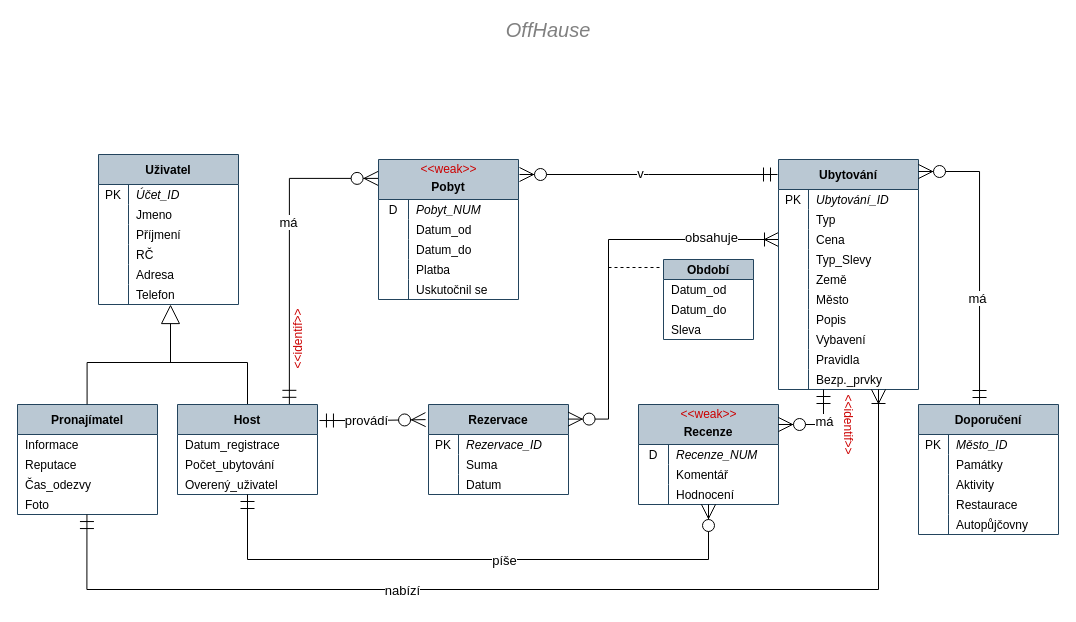
44sides/-VUT-IDS keeps this draw.io diagram as er-n.drawio. Above is the earlier version. Source tidied: cells renumbered, new cells numbered last; positions are measured from the earlier drawing's top-left corner, leaving out a move shared by most shapes. Both pictures are drawn from the tidied source at 100%, with x=0, y=0 at pixel (17, 19).
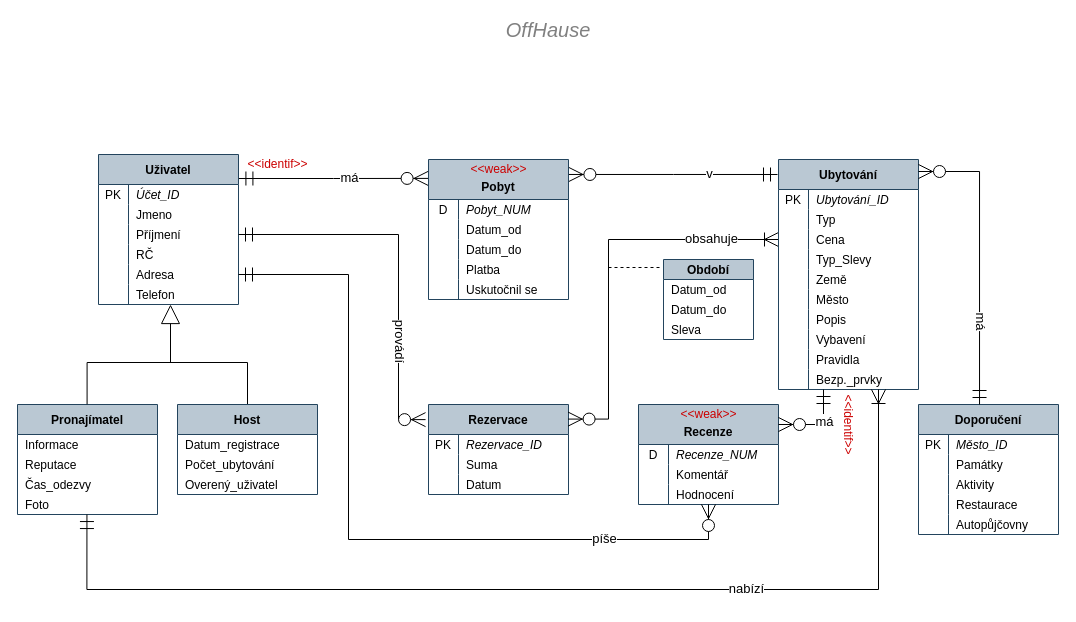
After the change.

Unchanged cells that the change refers to:
```xml
<mxCell id="2" value="Uživatel" style="shape=table;startSize=30;childLayout=tableLayout;rowLines=0;fontStyle=1;align=center;strokeWidth=1;swimlaneFillColor=none;rounded=0;sketch=0;shadow=0;verticalAlign=middle;labelBackgroundColor=none;labelBorderColor=none;columnLines=1;horizontal=1;portConstraintRotation=0;flipH=1;flipV=0;fillColor=#bac8d3;strokeColor=#23445d;arcSize=15;labelPadding=0;perimeterSpacing=0;fontSize=12;spacing=2;spacingLeft=0;spacingTop=0;direction=east;" parent="1" vertex="1">
  <mxGeometry x="81" y="135" width="140" height="150" as="geometry" />
</mxCell>
<mxCell id="9" style="shape=partialRectangle;fillColor=none;points=[[0,0.5],[1,0.5]];portConstraint=eastwest;top=0;left=0;right=0;bottom=0;" parent="2" vertex="1">
  <mxGeometry y="70" width="140" height="20" as="geometry" />
</mxCell>
<mxCell id="15" style="shape=partialRectangle;fillColor=none;points=[[0,0.5],[1,0.5]];portConstraint=eastwest;top=0;left=0;right=0;bottom=0;" parent="2" vertex="1">
  <mxGeometry y="110" width="140" height="20" as="geometry" />
</mxCell>
<mxCell id="51" value="Rezervace" style="shape=table;startSize=30;childLayout=tableLayout;rowLines=0;fontStyle=1;align=center;strokeWidth=1;swimlaneFillColor=none;rounded=0;sketch=0;shadow=0;verticalAlign=middle;labelBackgroundColor=none;labelBorderColor=none;columnLines=1;horizontal=1;portConstraintRotation=0;flipH=1;flipV=0;fillColor=#bac8d3;strokeColor=#23445d;arcSize=15;labelPadding=0;perimeterSpacing=0;fontSize=12;spacing=2;spacingLeft=0;spacingTop=0;direction=east;" parent="1" vertex="1">
  <mxGeometry x="411" y="385" width="140" height="90" as="geometry" />
</mxCell>
<mxCell id="61" style="endArrow=ERoneToMany;html=1;fontSize=12;edgeStyle=elbowEdgeStyle;rounded=0;startArrow=ERzeroToMany;startFill=1;endFill=0;startSize=12;endSize=12;exitX=0.003;exitY=0.162;exitDx=0;exitDy=0;exitPerimeter=0;" parent="1" edge="1" source="51" target="70">
  <mxGeometry relative="1" as="geometry">
    <Array as="points">
      <mxPoint x="591" y="340" />
    </Array>
  </mxGeometry>
</mxCell>
<mxCell id="120" style="endArrow=ERzeroToMany;html=1;fontSize=12;edgeStyle=elbowEdgeStyle;rounded=0;startArrow=ERmandOne;startFill=0;endFill=1;startSize=12;endSize=12;elbow=vertical;exitX=0.564;exitY=0;exitDx=0;exitDy=0;exitPerimeter=0;entryX=0;entryY=0.052;entryDx=0;entryDy=0;entryPerimeter=0;" parent="1" edge="1" source="104" target="63">
  <mxGeometry relative="1" as="geometry">
    <Array as="points">
      <mxPoint x="931" y="152" />
      <mxPoint x="941" y="190" />
    </Array>
  </mxGeometry>
</mxCell>
<mxCell id="122" style="endArrow=ERoneToMany;html=1;fontSize=12;edgeStyle=orthogonalEdgeStyle;rounded=0;startArrow=ERmandOne;startFill=0;endFill=0;startSize=12;endSize=12;exitX=0.496;exitY=1.003;exitDx=0;exitDy=0;exitPerimeter=0;" parent="1" edge="1" source="47" target="63">
  <mxGeometry relative="1" as="geometry">
    <Array as="points">
      <mxPoint x="69" y="570" />
      <mxPoint x="861" y="570" />
    </Array>
  </mxGeometry>
</mxCell>
<mxCell id="124" value="&#10;Recenze" style="shape=table;startSize=40;childLayout=tableLayout;rowLines=0;fontStyle=1;align=center;strokeWidth=1;swimlaneFillColor=none;rounded=0;sketch=0;shadow=0;verticalAlign=middle;labelBackgroundColor=none;labelBorderColor=none;columnLines=1;horizontal=1;portConstraintRotation=0;flipH=1;flipV=0;fillColor=#bac8d3;strokeColor=#23445d;arcSize=15;labelPadding=0;perimeterSpacing=0;fontSize=12;spacing=2;spacingLeft=0;spacingTop=0;direction=east;" parent="1" vertex="1">
  <mxGeometry x="621" y="385" width="140" height="100" as="geometry" />
</mxCell>
<mxCell id="141" value="Host" style="shape=table;startSize=30;childLayout=tableLayout;rowLines=0;fontStyle=1;align=center;strokeWidth=1;swimlaneFillColor=none;rounded=0;sketch=0;shadow=0;verticalAlign=middle;labelBackgroundColor=none;labelBorderColor=none;columnLines=0;horizontal=1;portConstraintRotation=0;flipH=1;flipV=0;fillColor=#bac8d3;strokeColor=#23445d;arcSize=15;labelPadding=0;perimeterSpacing=0;fontSize=12;spacing=2;spacingLeft=0;spacingTop=0;direction=east;" parent="1" vertex="1" collapsed="1">
  <mxGeometry x="160" y="385" width="140" height="90" as="geometry" />
</mxCell>
```

The edit, as a diff of the source:
```diff
@@
     <mxCell id="21" value="&#10;Pobyt" style="shape=table;startSize=40;childLayout=tableLayout;rowLines=0;fontStyle=1;align=center;strokeWidth=1;swimlaneFillColor=none;rounded=0;sketch=0;shadow=0;verticalAlign=middle;labelBackgroundColor=none;labelBorderColor=none;columnLines=1;horizontal=1;portConstraintRotation=0;flipH=1;flipV=0;fillColor=#bac8d3;strokeColor=#23445d;arcSize=15;labelPadding=0;perimeterSpacing=0;fontSize=12;spacing=2;spacingLeft=0;spacingTop=0;direction=east;" parent="1" vertex="1">
-      <mxGeometry x="361" y="140" width="140" height="140" as="geometry" />
+      <mxGeometry x="411" y="140" width="140" height="140" as="geometry" />
     </mxCell>
@@
-    <mxCell id="37" style="endArrow=ERzeroToMany;html=1;fontSize=12;edgeStyle=orthogonalEdgeStyle;rounded=0;startArrow=ERmandOne;startFill=0;endFill=1;startSize=12;endSize=12;entryX=1.003;entryY=0.135;entryDx=0;entryDy=0;entryPerimeter=0;exitX=0.201;exitY=-0.002;exitDx=0;exitDy=0;exitPerimeter=0;" parent="1" edge="1" source="141" target="21">
+    <mxCell id="37" style="endArrow=ERzeroToMany;html=1;fontSize=12;edgeStyle=orthogonalEdgeStyle;rounded=0;startArrow=ERmandOne;startFill=0;endFill=1;startSize=12;endSize=12;entryX=1.003;entryY=0.135;entryDx=0;entryDy=0;entryPerimeter=0;exitX=-0.003;exitY=0.16;exitDx=0;exitDy=0;exitPerimeter=0;" parent="1" edge="1" source="2" target="21">
       <mxGeometry relative="1" as="geometry" />
     </mxCell>
@@
     <mxCell id="39" value="&amp;lt;&amp;lt;weak&amp;gt;&amp;gt;" style="text;html=1;align=center;verticalAlign=middle;fillColor=none;strokeColor=none;rounded=0;shadow=0;labelBackgroundColor=none;sketch=0;fontSize=12;fontColor=#CC0000;" parent="1" vertex="1">
-      <mxGeometry x="396" y="140" width="70" height="20" as="geometry" />
+      <mxGeometry x="446" y="140" width="70" height="20" as="geometry" />
     </mxCell>
@@
-    <mxCell id="49" style="endArrow=ERzeroToMany;html=1;fontSize=12;edgeStyle=elbowEdgeStyle;rounded=0;startArrow=ERmandOne;startFill=0;endFill=1;startSize=12;endSize=12;entryX=1.021;entryY=0.168;entryDx=0;entryDy=0;entryPerimeter=0;exitX=-0.014;exitY=0.178;exitDx=0;exitDy=0;exitPerimeter=0;" parent="1" edge="1" source="141" target="51">
+    <mxCell id="49" style="endArrow=ERzeroToMany;html=1;fontSize=12;edgeStyle=elbowEdgeStyle;rounded=0;startArrow=ERmandOne;startFill=0;endFill=1;startSize=12;endSize=12;entryX=1.021;entryY=0.168;entryDx=0;entryDy=0;entryPerimeter=0;" parent="1" edge="1" source="9" target="51">
       <mxGeometry relative="1" as="geometry">
         <Array as="points">
+          <mxPoint x="381" y="300" />
+          <mxPoint x="371" y="290" />
+          <mxPoint x="381" y="290" />
+          <mxPoint x="371" y="290" />
+          <mxPoint x="381" y="290" />
+          <mxPoint x="371" y="310" />
+          <mxPoint x="341" y="330" />
+          <mxPoint x="331" y="350" />
+          <mxPoint x="321" y="340" />
           <mxPoint x="352" y="429" />
         </Array>
       </mxGeometry>
     </mxCell>
-    <mxCell id="50" value="provádí" style="edgeLabel;html=1;align=center;verticalAlign=middle;fontSize=13;" parent="49" vertex="1">
+    <mxCell id="50" value="provádí" style="edgeLabel;html=1;align=center;verticalAlign=middle;fontSize=13;rotation=90;spacingRight=0;spacingBottom=4;" parent="49" vertex="1">
       <mxGeometry x="0.12" relative="1" as="geometry">
-        <mxPoint x="-12.6" as="offset" />
+        <mxPoint y="57.9" as="offset" />
       </mxGeometry>
     </mxCell>
@@
-    <mxCell id="62" value="obsahuje" style="edgeLabel;html=1;align=center;verticalAlign=middle;fontSize=13;" parent="61" vertex="1">
+    <mxCell id="62" value="obsahuje" style="edgeLabel;html=1;align=center;verticalAlign=middle;fontSize=13;spacingLeft=0;spacingBottom=-3;" parent="61" vertex="1">
       <mxGeometry x="0.67" y="-2" relative="1" as="geometry">
         <mxPoint x="-4" y="-5" as="offset" />
       </mxGeometry>
     </mxCell>
@@
-    <mxCell id="102" style="endArrow=ERmandOne;html=1;fontSize=12;edgeStyle=elbowEdgeStyle;rounded=0;startArrow=ERzeroToMany;startFill=1;endFill=0;startSize=12;endSize=12;" parent="1" edge="1">
+    <mxCell id="102" style="endArrow=ERmandOne;html=1;fontSize=12;edgeStyle=elbowEdgeStyle;rounded=0;startArrow=ERzeroToMany;startFill=1;endFill=0;startSize=12;endSize=12;exitX=-0.003;exitY=0.107;exitDx=0;exitDy=0;exitPerimeter=0;" parent="1" edge="1" source="21">
       <mxGeometry relative="1" as="geometry">
-        <mxPoint x="502" y="155" as="sourcePoint" />
         <mxPoint x="760" y="155" as="targetPoint" />
       </mxGeometry>
     </mxCell>
-    <mxCell id="103" value="v" style="edgeLabel;html=1;align=center;verticalAlign=middle;fontSize=13;" parent="102" vertex="1">
-      <mxGeometry x="-0.07" y="2" relative="1" as="geometry" />
+    <mxCell id="103" value="v" style="edgeLabel;html=1;align=center;verticalAlign=middle;fontSize=13;spacingBottom=3;" parent="102" vertex="1">
+      <mxGeometry x="-0.07" y="2" relative="1" as="geometry">
+        <mxPoint x="43" y="2" as="offset" />
+      </mxGeometry>
     </mxCell>
@@
-    <mxCell id="121" value="má" style="edgeLabel;html=1;align=center;verticalAlign=middle;fontSize=13;" parent="120" vertex="1">
-      <mxGeometry x="-0.27" y="3" relative="1" as="geometry" />
+    <mxCell id="121" value="má" style="edgeLabel;html=1;align=center;verticalAlign=middle;fontSize=13;rotation=90;spacingBottom=7;" parent="120" vertex="1">
+      <mxGeometry x="-0.27" y="3" relative="1" as="geometry">
+        <mxPoint x="2" y="23.6" as="offset" />
+      </mxGeometry>
     </mxCell>
@@
-    <mxCell id="123" value="nabízí" style="edgeLabel;html=1;align=center;verticalAlign=middle;fontSize=13;" parent="122" vertex="1">
+    <mxCell id="123" value="nabízí" style="edgeLabel;html=1;align=center;verticalAlign=middle;fontSize=13;spacingBottom=3;" parent="122" vertex="1">
       <mxGeometry x="-0.25" y="-3" relative="1" as="geometry">
-        <mxPoint x="-9.5" y="-3" as="offset" />
+        <mxPoint x="334.4" y="-3" as="offset" />
       </mxGeometry>
     </mxCell>
@@
-    <mxCell id="136" value="&amp;lt;&amp;lt;identif&amp;gt;&amp;gt;" style="text;html=1;align=center;verticalAlign=middle;fillColor=none;strokeColor=none;rounded=0;shadow=0;labelBackgroundColor=none;sketch=0;fontSize=12;fontColor=#CC0000;direction=east;rotation=270;" parent="1" vertex="1">
-      <mxGeometry x="241" y="310" width="80" height="20" as="geometry" />
+    <mxCell id="136" value="&amp;lt;&amp;lt;identif&amp;gt;&amp;gt;" style="text;html=1;align=center;verticalAlign=middle;fillColor=none;strokeColor=none;rounded=0;shadow=0;labelBackgroundColor=none;sketch=0;fontSize=12;fontColor=#CC0000;direction=east;rotation=0;" parent="1" vertex="1">
+      <mxGeometry x="220" y="135" width="80" height="20" as="geometry" />
     </mxCell>
@@
-    <mxCell id="143" style="endArrow=ERzeroToMany;html=1;fontSize=12;edgeStyle=elbowEdgeStyle;rounded=0;startArrow=ERmandOne;startFill=0;endFill=1;startSize=12;endSize=12;elbow=vertical;" parent="1" edge="1" source="141" target="124">
+    <mxCell id="143" style="endArrow=ERzeroToMany;html=1;fontSize=12;edgeStyle=orthogonalEdgeStyle;rounded=0;startArrow=ERmandOne;startFill=0;endFill=1;startSize=12;endSize=12;elbow=vertical;" parent="1" edge="1" source="15" target="124">
       <mxGeometry relative="1" as="geometry">
         <Array as="points">
-          <mxPoint x="431" y="540" />
-          <mxPoint x="470" y="625" />
-          <mxPoint x="390" y="635" />
-          <mxPoint x="380" y="662" />
-          <mxPoint x="540" y="675" />
-          <mxPoint x="340" y="595" />
-          <mxPoint x="460" y="635" />
-          <mxPoint x="490" y="665" />
-          <mxPoint x="420" y="725" />
+          <mxPoint x="331" y="255" />
+          <mxPoint x="331" y="520" />
+          <mxPoint x="691" y="520" />
         </Array>
       </mxGeometry>
     </mxCell>
-    <mxCell id="144" value="píše" style="edgeLabel;html=1;align=center;verticalAlign=middle;fontSize=13;" parent="143" vertex="1">
+    <mxCell id="144" value="píše" style="edgeLabel;html=1;align=center;verticalAlign=middle;fontSize=13;spacingLeft=-10;spacingBottom=3;" parent="143" vertex="1">
       <mxGeometry x="0.03" y="-1" relative="1" as="geometry">
-        <mxPoint x="22" y="-1" as="offset" />
+        <mxPoint x="238" y="-1" as="offset" />
       </mxGeometry>
     </mxCell>
```
